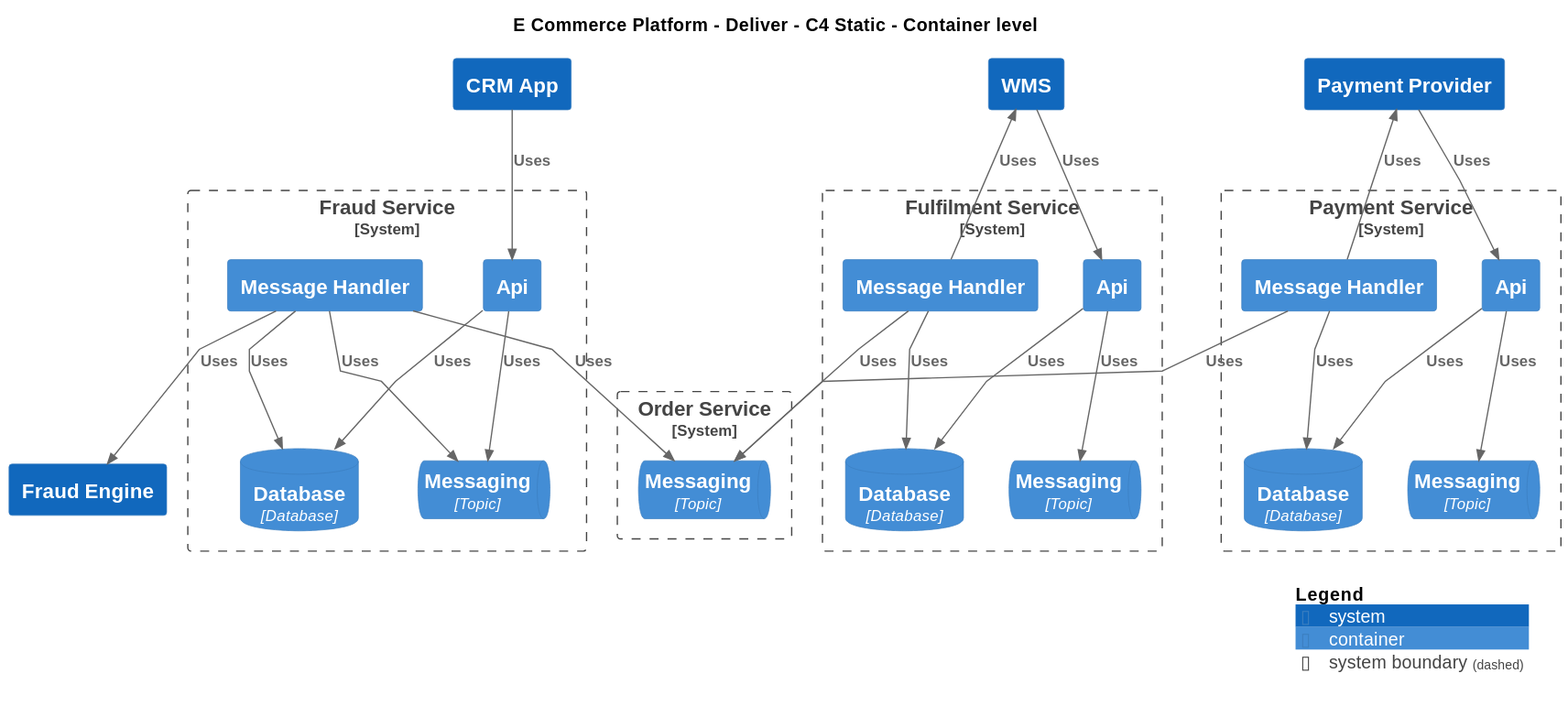
mnadenysenko/C4InterFlow keeps this PlantUML diagram as Samples/E-Commerce Platform/Yaml/Diagrams/E Commerce Platform/Deliver/Container - C4 Static.svg. Above is the earlier version. Source of this version:
```plantuml
@startuml
!include ..\..\.c4s\C4_Container.puml

AddElementTag("c4interflow:lifecycle:new", $bgColor=green, $fontColor=#ffffff, $borderColor=green, $shadowing="False")
AddElementTag("c4interflow:lifecycle:changed", $bgColor=orange, $fontColor=#ffffff, $borderColor=orange, $shadowing="False")
AddElementTag("c4interflow:lifecycle:removed", $bgColor=red, $fontColor=#ffffff, $borderColor=red, $shadowing="False")

AddRelTag("c4interflow:lifecycle:new", $textColor=green, $lineColor=green)
AddRelTag("c4interflow:lifecycle:changed", $textColor=orange, $lineColor=orange)
AddRelTag("c4interflow:lifecycle:removed", $textColor=red, $lineColor=red)

SHOW_PERSON_PORTRAIT()
LAYOUT_TOP_DOWN()

skinparam linetype polyline

title E Commerce Platform - Deliver - C4 Static - Container level

System(ECommercePlatform.Deliver.CustomerManagement.SoftwareSystems.CRMApp, "CRM App", "")

System_Boundary(ECommercePlatform.Deliver.FraudManagement.SoftwareSystems.FraudService, "Fraud Service") {
    Container(ECommercePlatform.Deliver.FraudManagement.SoftwareSystems.FraudService.Containers.Api, "Api", "", "")
    ContainerDb(ECommercePlatform.Deliver.FraudManagement.SoftwareSystems.FraudService.Containers.Database, "Database", "Database", "")
    ContainerQueue(ECommercePlatform.Deliver.FraudManagement.SoftwareSystems.FraudService.Containers.Messaging, "Messaging", "Topic", "")
    Container(ECommercePlatform.Deliver.FraudManagement.SoftwareSystems.FraudService.Containers.MessageHandler, "Message Handler", "", "")
}
System(ECommercePlatform.Deliver.FraudManagement.SoftwareSystems.FraudEngine, "Fraud Engine", "")
System(ECommercePlatform.Deliver.Fulfilment.SoftwareSystems.WMS, "WMS", "")

System_Boundary(ECommercePlatform.Deliver.Fulfilment.SoftwareSystems.FulfilmentService, "Fulfilment Service") {
    Container(ECommercePlatform.Deliver.Fulfilment.SoftwareSystems.FulfilmentService.Containers.Api, "Api", "", "")
    ContainerDb(ECommercePlatform.Deliver.Fulfilment.SoftwareSystems.FulfilmentService.Containers.Database, "Database", "Database", "")
    ContainerQueue(ECommercePlatform.Deliver.Fulfilment.SoftwareSystems.FulfilmentService.Containers.Messaging, "Messaging", "Topic", "")
    Container(ECommercePlatform.Deliver.Fulfilment.SoftwareSystems.FulfilmentService.Containers.MessageHandler, "Message Handler", "", "")
}
System(ECommercePlatform.Deliver.Payments.SoftwareSystems.PaymentProvider, "Payment Provider", "")

System_Boundary(ECommercePlatform.Deliver.Payments.SoftwareSystems.PaymentService, "Payment Service") {
    Container(ECommercePlatform.Deliver.Payments.SoftwareSystems.PaymentService.Containers.Api, "Api", "", "")
    ContainerDb(ECommercePlatform.Deliver.Payments.SoftwareSystems.PaymentService.Containers.Database, "Database", "Database", "")
    ContainerQueue(ECommercePlatform.Deliver.Payments.SoftwareSystems.PaymentService.Containers.Messaging, "Messaging", "Topic", "")
    Container(ECommercePlatform.Deliver.Payments.SoftwareSystems.PaymentService.Containers.MessageHandler, "Message Handler", "", "")
}

System_Boundary(ECommercePlatform.GenerateDemand.OrderManagement.SoftwareSystems.OrderService, "Order Service") {
    ContainerQueue(ECommercePlatform.GenerateDemand.OrderManagement.SoftwareSystems.OrderService.Containers.Messaging, "Messaging", "Topic", "")
}

Rel(ECommercePlatform.Deliver.CustomerManagement.SoftwareSystems.CRMApp, ECommercePlatform.Deliver.FraudManagement.SoftwareSystems.FraudService.Containers.Api, "Uses")
Rel(ECommercePlatform.Deliver.FraudManagement.SoftwareSystems.FraudService.Containers.Api, ECommercePlatform.Deliver.FraudManagement.SoftwareSystems.FraudService.Containers.Database, "Uses")
Rel(ECommercePlatform.Deliver.FraudManagement.SoftwareSystems.FraudService.Containers.Api, ECommercePlatform.Deliver.FraudManagement.SoftwareSystems.FraudService.Containers.Messaging, "Uses")
Rel(ECommercePlatform.Deliver.Fulfilment.SoftwareSystems.WMS, ECommercePlatform.Deliver.Fulfilment.SoftwareSystems.FulfilmentService.Containers.Api, "Uses")
Rel(ECommercePlatform.Deliver.Fulfilment.SoftwareSystems.FulfilmentService.Containers.Api, ECommercePlatform.Deliver.Fulfilment.SoftwareSystems.FulfilmentService.Containers.Database, "Uses")
Rel(ECommercePlatform.Deliver.Fulfilment.SoftwareSystems.FulfilmentService.Containers.Api, ECommercePlatform.Deliver.Fulfilment.SoftwareSystems.FulfilmentService.Containers.Messaging, "Uses")
Rel(ECommercePlatform.Deliver.Payments.SoftwareSystems.PaymentProvider, ECommercePlatform.Deliver.Payments.SoftwareSystems.PaymentService.Containers.Api, "Uses")
Rel(ECommercePlatform.Deliver.Payments.SoftwareSystems.PaymentService.Containers.Api, ECommercePlatform.Deliver.Payments.SoftwareSystems.PaymentService.Containers.Database, "Uses")
Rel(ECommercePlatform.Deliver.Payments.SoftwareSystems.PaymentService.Containers.Api, ECommercePlatform.Deliver.Payments.SoftwareSystems.PaymentService.Containers.Messaging, "Uses")
Rel(ECommercePlatform.Deliver.FraudManagement.SoftwareSystems.FraudService.Containers.MessageHandler, ECommercePlatform.GenerateDemand.OrderManagement.SoftwareSystems.OrderService.Containers.Messaging, "Uses")
Rel(ECommercePlatform.Deliver.FraudManagement.SoftwareSystems.FraudService.Containers.MessageHandler, ECommercePlatform.Deliver.FraudManagement.SoftwareSystems.FraudService.Containers.Database, "Uses")
Rel(ECommercePlatform.Deliver.FraudManagement.SoftwareSystems.FraudService.Containers.MessageHandler, ECommercePlatform.Deliver.FraudManagement.SoftwareSystems.FraudEngine, "Uses")
Rel(ECommercePlatform.Deliver.FraudManagement.SoftwareSystems.FraudService.Containers.MessageHandler, ECommercePlatform.Deliver.FraudManagement.SoftwareSystems.FraudService.Containers.Messaging, "Uses")
Rel(ECommercePlatform.Deliver.Fulfilment.SoftwareSystems.FulfilmentService.Containers.MessageHandler, ECommercePlatform.GenerateDemand.OrderManagement.SoftwareSystems.OrderService.Containers.Messaging, "Uses")
Rel(ECommercePlatform.Deliver.Fulfilment.SoftwareSystems.FulfilmentService.Containers.MessageHandler, ECommercePlatform.Deliver.Fulfilment.SoftwareSystems.FulfilmentService.Containers.Database, "Uses")
Rel(ECommercePlatform.Deliver.Fulfilment.SoftwareSystems.FulfilmentService.Containers.MessageHandler, ECommercePlatform.Deliver.Fulfilment.SoftwareSystems.WMS, "Uses")
Rel(ECommercePlatform.Deliver.Payments.SoftwareSystems.PaymentService.Containers.MessageHandler, ECommercePlatform.GenerateDemand.OrderManagement.SoftwareSystems.OrderService.Containers.Messaging, "Uses")
Rel(ECommercePlatform.Deliver.Payments.SoftwareSystems.PaymentService.Containers.MessageHandler, ECommercePlatform.Deliver.Payments.SoftwareSystems.PaymentService.Containers.Database, "Uses")
Rel(ECommercePlatform.Deliver.Payments.SoftwareSystems.PaymentService.Containers.MessageHandler, ECommercePlatform.Deliver.Payments.SoftwareSystems.PaymentProvider, "Uses")


SHOW_LEGEND()
@enduml
```
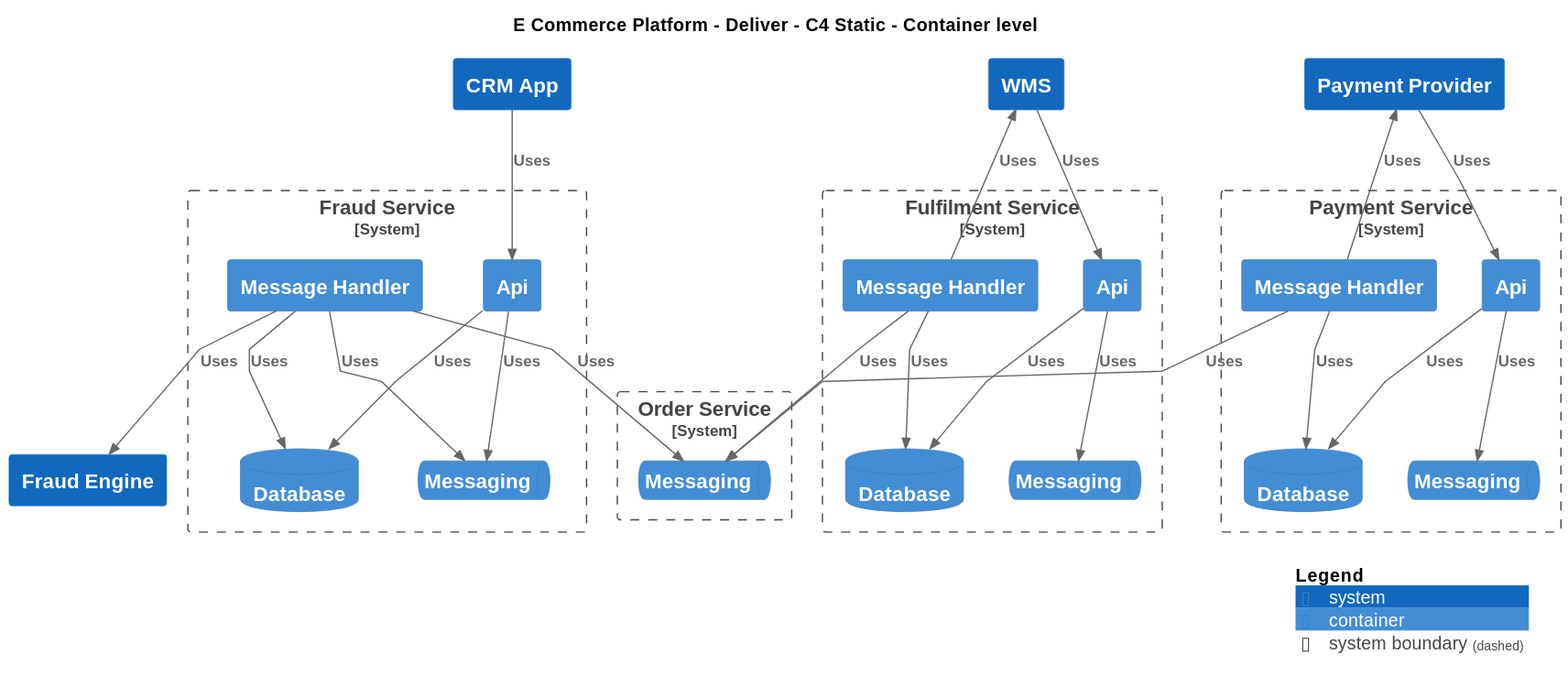
After the commit.

Change to the diagram source:
```diff
@@ -20,8 +20,8 @@
 
 System_Boundary(ECommercePlatform.Deliver.FraudManagement.SoftwareSystems.FraudService, "Fraud Service") {
     Container(ECommercePlatform.Deliver.FraudManagement.SoftwareSystems.FraudService.Containers.Api, "Api", "", "")
-    ContainerDb(ECommercePlatform.Deliver.FraudManagement.SoftwareSystems.FraudService.Containers.Database, "Database", "Database", "")
-    ContainerQueue(ECommercePlatform.Deliver.FraudManagement.SoftwareSystems.FraudService.Containers.Messaging, "Messaging", "Topic", "")
+    ContainerDb(ECommercePlatform.Deliver.FraudManagement.SoftwareSystems.FraudService.Containers.Database, "Database", "", "")
+    ContainerQueue(ECommercePlatform.Deliver.FraudManagement.SoftwareSystems.FraudService.Containers.Messaging, "Messaging", "", "")
     Container(ECommercePlatform.Deliver.FraudManagement.SoftwareSystems.FraudService.Containers.MessageHandler, "Message Handler", "", "")
 }
 System(ECommercePlatform.Deliver.FraudManagement.SoftwareSystems.FraudEngine, "Fraud Engine", "")
@@ -29,21 +29,21 @@
 
 System_Boundary(ECommercePlatform.Deliver.Fulfilment.SoftwareSystems.FulfilmentService, "Fulfilment Service") {
     Container(ECommercePlatform.Deliver.Fulfilment.SoftwareSystems.FulfilmentService.Containers.Api, "Api", "", "")
-    ContainerDb(ECommercePlatform.Deliver.Fulfilment.SoftwareSystems.FulfilmentService.Containers.Database, "Database", "Database", "")
-    ContainerQueue(ECommercePlatform.Deliver.Fulfilment.SoftwareSystems.FulfilmentService.Containers.Messaging, "Messaging", "Topic", "")
+    ContainerDb(ECommercePlatform.Deliver.Fulfilment.SoftwareSystems.FulfilmentService.Containers.Database, "Database", "", "")
+    ContainerQueue(ECommercePlatform.Deliver.Fulfilment.SoftwareSystems.FulfilmentService.Containers.Messaging, "Messaging", "", "")
     Container(ECommercePlatform.Deliver.Fulfilment.SoftwareSystems.FulfilmentService.Containers.MessageHandler, "Message Handler", "", "")
 }
 System(ECommercePlatform.Deliver.Payments.SoftwareSystems.PaymentProvider, "Payment Provider", "")
 
 System_Boundary(ECommercePlatform.Deliver.Payments.SoftwareSystems.PaymentService, "Payment Service") {
     Container(ECommercePlatform.Deliver.Payments.SoftwareSystems.PaymentService.Containers.Api, "Api", "", "")
-    ContainerDb(ECommercePlatform.Deliver.Payments.SoftwareSystems.PaymentService.Containers.Database, "Database", "Database", "")
-    ContainerQueue(ECommercePlatform.Deliver.Payments.SoftwareSystems.PaymentService.Containers.Messaging, "Messaging", "Topic", "")
+    ContainerDb(ECommercePlatform.Deliver.Payments.SoftwareSystems.PaymentService.Containers.Database, "Database", "", "")
+    ContainerQueue(ECommercePlatform.Deliver.Payments.SoftwareSystems.PaymentService.Containers.Messaging, "Messaging", "", "")
     Container(ECommercePlatform.Deliver.Payments.SoftwareSystems.PaymentService.Containers.MessageHandler, "Message Handler", "", "")
 }
 
 System_Boundary(ECommercePlatform.GenerateDemand.OrderManagement.SoftwareSystems.OrderService, "Order Service") {
-    ContainerQueue(ECommercePlatform.GenerateDemand.OrderManagement.SoftwareSystems.OrderService.Containers.Messaging, "Messaging", "Topic", "")
+    ContainerQueue(ECommercePlatform.GenerateDemand.OrderManagement.SoftwareSystems.OrderService.Containers.Messaging, "Messaging", "", "")
 }
 
 Rel(ECommercePlatform.Deliver.CustomerManagement.SoftwareSystems.CRMApp, ECommercePlatform.Deliver.FraudManagement.SoftwareSystems.FraudService.Containers.Api, "Uses")
```
